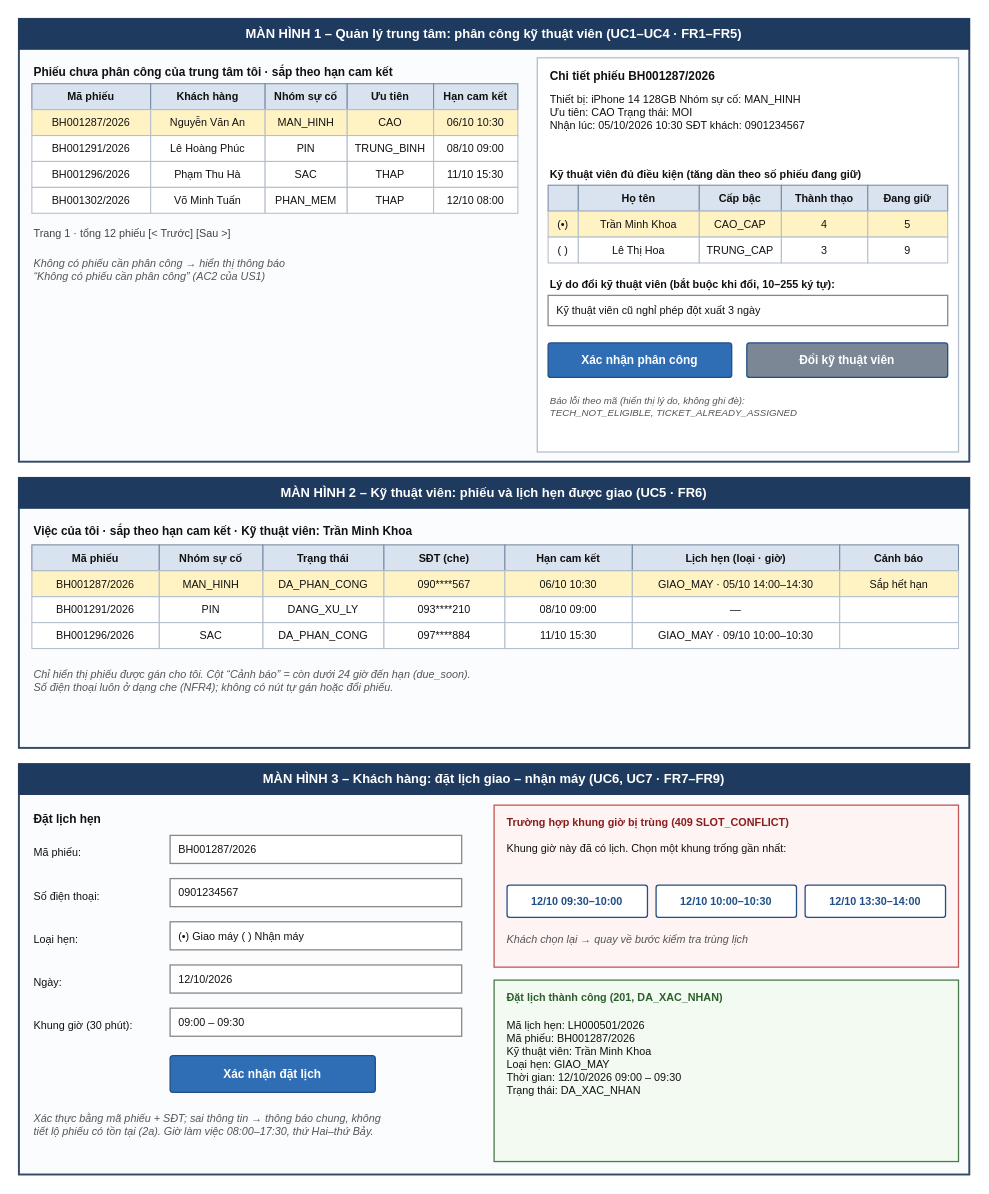
Before: docs/wireframe.drawio in Sherbet0001/cdtn1-VienThanhDat-L4, a draw.io diagram. Source tidied: cells renumbered, new cells numbered last; positions are measured from the earlier drawing's top-left corner, leaving out a move shared by most shapes. Both pictures are drawn from the tidied source at 108%, with x=0, y=0 at pixel (18, 18).
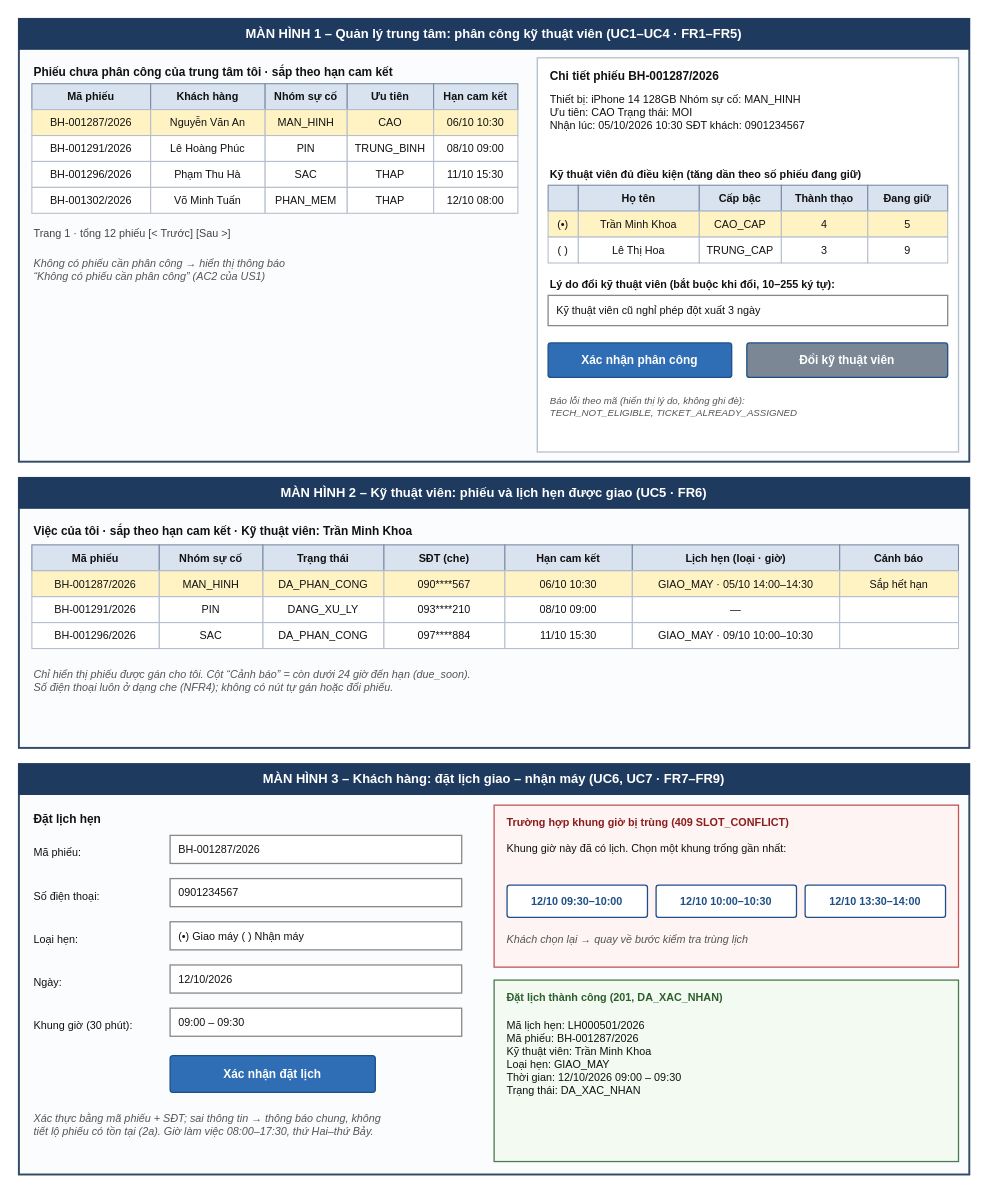
Above is the later version.

Commit message (it also covers changes not shown here):
fix(docs): đổi mã phiếu thành BH-000123/2026 theo case study và dữ liệu mẫu

The edit, as a diff of the source:
```diff
@@
-    <mxCell id="10" value="BH001287/2026" style="rounded=0;whiteSpace=wrap;html=0;fillColor=#FFF3C4;strokeColor=#B5BFCC;fontSize=10;fontColor=#111111;align=center;verticalAlign=middle;strokeWidth=1;" parent="1" vertex="1">
+    <mxCell id="10" value="BH-001287/2026" style="rounded=0;whiteSpace=wrap;html=0;fillColor=#FFF3C4;strokeColor=#B5BFCC;fontSize=10;fontColor=#111111;align=center;verticalAlign=middle;strokeWidth=1;" parent="1" vertex="1">
       <mxGeometry x="12" y="84" width="110" height="24" as="geometry" />
     </mxCell>
@@
-    <mxCell id="15" value="BH001291/2026" style="rounded=0;whiteSpace=wrap;html=0;fillColor=#FFFFFF;strokeColor=#B5BFCC;fontSize=10;fontColor=#111111;align=center;verticalAlign=middle;strokeWidth=1;" parent="1" vertex="1">
+    <mxCell id="15" value="BH-001291/2026" style="rounded=0;whiteSpace=wrap;html=0;fillColor=#FFFFFF;strokeColor=#B5BFCC;fontSize=10;fontColor=#111111;align=center;verticalAlign=middle;strokeWidth=1;" parent="1" vertex="1">
       <mxGeometry x="12" y="108" width="110" height="24" as="geometry" />
     </mxCell>
@@
-    <mxCell id="20" value="BH001296/2026" style="rounded=0;whiteSpace=wrap;html=0;fillColor=#FFFFFF;strokeColor=#B5BFCC;fontSize=10;fontColor=#111111;align=center;verticalAlign=middle;strokeWidth=1;" parent="1" vertex="1">
+    <mxCell id="20" value="BH-001296/2026" style="rounded=0;whiteSpace=wrap;html=0;fillColor=#FFFFFF;strokeColor=#B5BFCC;fontSize=10;fontColor=#111111;align=center;verticalAlign=middle;strokeWidth=1;" parent="1" vertex="1">
       <mxGeometry x="12" y="132" width="110" height="24" as="geometry" />
     </mxCell>
@@
-    <mxCell id="25" value="BH001302/2026" style="rounded=0;whiteSpace=wrap;html=0;fillColor=#FFFFFF;strokeColor=#B5BFCC;fontSize=10;fontColor=#111111;align=center;verticalAlign=middle;strokeWidth=1;" parent="1" vertex="1">
+    <mxCell id="25" value="BH-001302/2026" style="rounded=0;whiteSpace=wrap;html=0;fillColor=#FFFFFF;strokeColor=#B5BFCC;fontSize=10;fontColor=#111111;align=center;verticalAlign=middle;strokeWidth=1;" parent="1" vertex="1">
       <mxGeometry x="12" y="156" width="110" height="24" as="geometry" />
     </mxCell>
@@
-    <mxCell id="33" value="Chi tiết phiếu BH001287/2026" style="text;html=0;whiteSpace=wrap;strokeColor=none;fillColor=none;fontSize=11;fontColor=#111111;align=left;verticalAlign=top;fontStyle=1;" parent="1" vertex="1">
+    <mxCell id="33" value="Chi tiết phiếu BH-001287/2026" style="text;html=0;whiteSpace=wrap;strokeColor=none;fillColor=none;fontSize=11;fontColor=#111111;align=left;verticalAlign=top;fontStyle=1;" parent="1" vertex="1">
       <mxGeometry x="490" y="40" width="370" height="20" as="geometry" />
     </mxCell>
@@
-    <mxCell id="66" value="BH001287/2026" style="rounded=0;whiteSpace=wrap;html=0;fillColor=#FFF3C4;strokeColor=#B5BFCC;fontSize=10;fontColor=#111111;align=center;verticalAlign=middle;strokeWidth=1;" parent="1" vertex="1">
+    <mxCell id="66" value="BH-001287/2026" style="rounded=0;whiteSpace=wrap;html=0;fillColor=#FFF3C4;strokeColor=#B5BFCC;fontSize=10;fontColor=#111111;align=center;verticalAlign=middle;strokeWidth=1;" parent="1" vertex="1">
       <mxGeometry x="12" y="511" width="118" height="24" as="geometry" />
     </mxCell>
@@
-    <mxCell id="73" value="BH001291/2026" style="rounded=0;whiteSpace=wrap;html=0;fillColor=#FFFFFF;strokeColor=#B5BFCC;fontSize=10;fontColor=#111111;align=center;verticalAlign=middle;strokeWidth=1;" parent="1" vertex="1">
+    <mxCell id="73" value="BH-001291/2026" style="rounded=0;whiteSpace=wrap;html=0;fillColor=#FFFFFF;strokeColor=#B5BFCC;fontSize=10;fontColor=#111111;align=center;verticalAlign=middle;strokeWidth=1;" parent="1" vertex="1">
       <mxGeometry x="12" y="535" width="118" height="24" as="geometry" />
     </mxCell>
@@
-    <mxCell id="80" value="BH001296/2026" style="rounded=0;whiteSpace=wrap;html=0;fillColor=#FFFFFF;strokeColor=#B5BFCC;fontSize=10;fontColor=#111111;align=center;verticalAlign=middle;strokeWidth=1;" parent="1" vertex="1">
+    <mxCell id="80" value="BH-001296/2026" style="rounded=0;whiteSpace=wrap;html=0;fillColor=#FFFFFF;strokeColor=#B5BFCC;fontSize=10;fontColor=#111111;align=center;verticalAlign=middle;strokeWidth=1;" parent="1" vertex="1">
       <mxGeometry x="12" y="559" width="118" height="24" as="geometry" />
     </mxCell>
@@
-    <mxCell id="92" value="BH001287/2026" style="rounded=0;whiteSpace=wrap;html=0;fillColor=#FFFFFF;strokeColor=#888888;fontSize=10;fontColor=#111111;align=left;verticalAlign=middle;strokeWidth=1.2;spacingLeft=6;" parent="1" vertex="1">
+    <mxCell id="92" value="BH-001287/2026" style="rounded=0;whiteSpace=wrap;html=0;fillColor=#FFFFFF;strokeColor=#888888;fontSize=10;fontColor=#111111;align=left;verticalAlign=middle;strokeWidth=1.2;spacingLeft=6;" parent="1" vertex="1">
       <mxGeometry x="140" y="756" width="270" height="26" as="geometry" />
     </mxCell>
@@
-    <mxCell id="112" value="Mã lịch hẹn: LH000501/2026&#10;Mã phiếu: BH001287/2026&#10;Kỹ thuật viên: Trần Minh Khoa&#10;Loại hẹn: GIAO_MAY&#10;Thời gian: 12/10/2026 09:00 – 09:30&#10;Trạng thái: DA_XAC_NHAN" style="text;html=0;whiteSpace=wrap;strokeColor=none;fillColor=none;fontSize=10;fontColor=#111111;align=left;verticalAlign=top;" parent="1" vertex="1">
+    <mxCell id="112" value="Mã lịch hẹn: LH000501/2026&#10;Mã phiếu: BH-001287/2026&#10;Kỹ thuật viên: Trần Minh Khoa&#10;Loại hẹn: GIAO_MAY&#10;Thời gian: 12/10/2026 09:00 – 09:30&#10;Trạng thái: DA_XAC_NHAN" style="text;html=0;whiteSpace=wrap;strokeColor=none;fillColor=none;fontSize=10;fontColor=#111111;align=left;verticalAlign=top;" parent="1" vertex="1">
       <mxGeometry x="450" y="920" width="415" height="130" as="geometry" />
     </mxCell>
```
